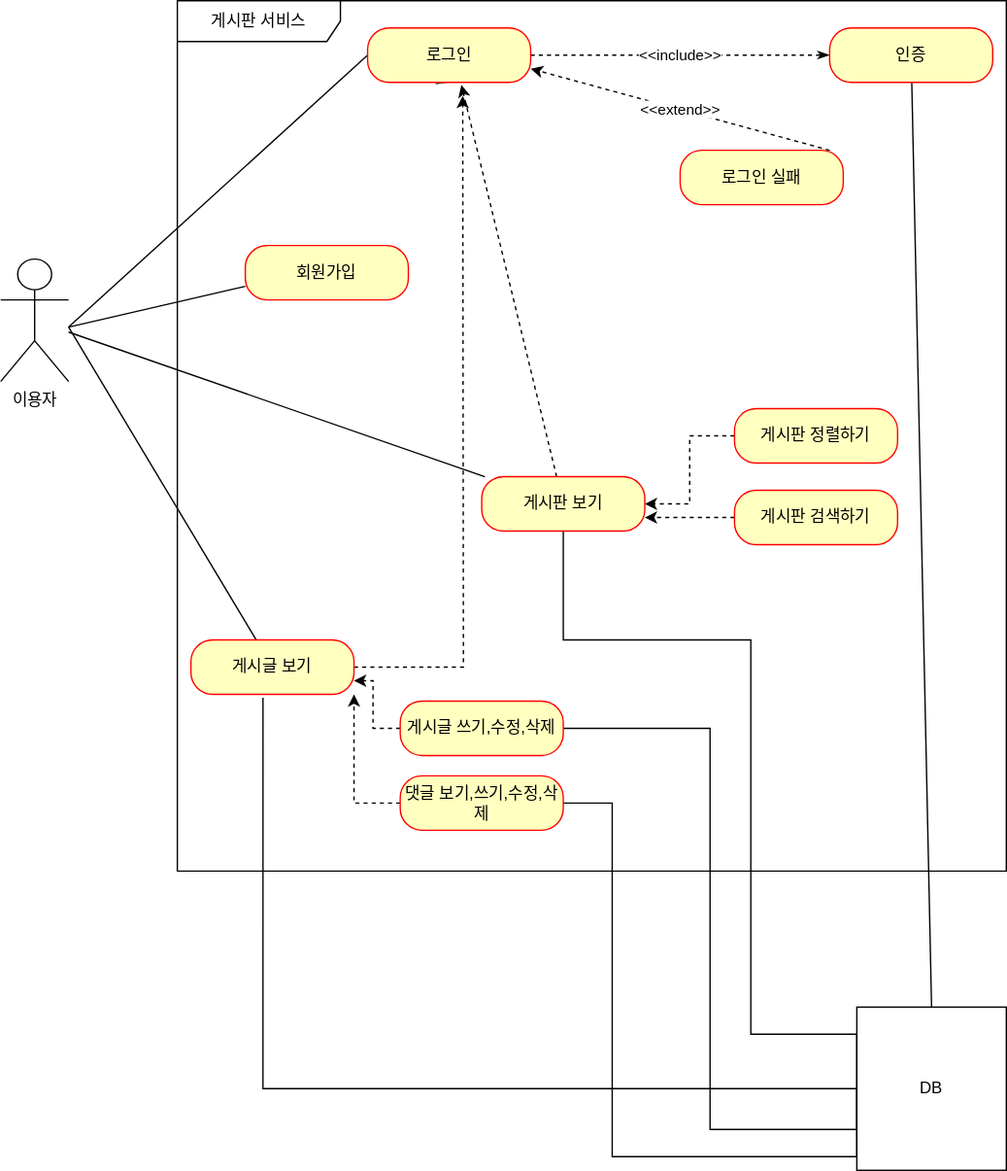
This is document/use-case.svg from fxzz/project-board, a draw.io export, as it was before one commit. Source tidied: cells renumbered, new cells last; positions are measured from the earlier drawing's top-left corner, leaving out a move shared by most shapes.
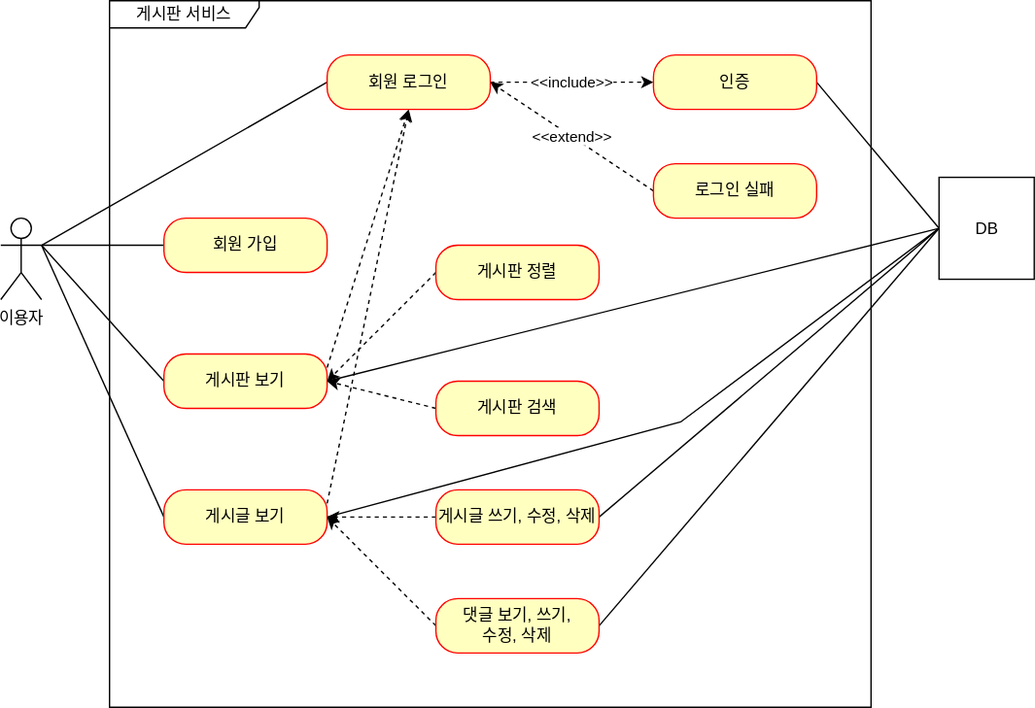
Later version of the same file.

What changed in the source:
```diff
@@ -3,133 +3,108 @@
     <mxCell id="0" />
     <mxCell id="1" parent="0" />
     <mxCell id="2" value="이용자" style="shape=umlActor;verticalLabelPosition=bottom;verticalAlign=top;html=1;" parent="1" vertex="1">
-      <mxGeometry y="190" width="50" height="90" as="geometry" />
+      <mxGeometry x="-20" y="230" width="30" height="60" as="geometry" />
     </mxCell>
-    <mxCell id="3" value="게시판 서비스" style="shape=umlFrame;whiteSpace=wrap;html=1;width=120;height=30;" parent="1" vertex="1">
-      <mxGeometry x="130" width="610" height="640" as="geometry" />
+    <mxCell id="3" value="게시판 서비스" style="shape=umlFrame;whiteSpace=wrap;html=1;width=110;height=20;" parent="1" vertex="1">
+      <mxGeometry x="60" y="70" width="560" height="520" as="geometry" />
     </mxCell>
-    <mxCell id="4" style="rounded=0;jettySize=auto;html=1;endArrow=none;endFill=0;exitX=0;exitY=0.75;exitDx=0;exitDy=0;" parent="1" edge="1" source="5">
-      <mxGeometry relative="1" as="geometry">
-        <mxPoint x="50" y="240" as="targetPoint" />
-      </mxGeometry>
-    </mxCell>
-    <mxCell id="5" value="회원가입" style="rounded=1;whiteSpace=wrap;html=1;arcSize=40;fontColor=#000000;fillColor=#ffffc0;strokeColor=#ff0000;" parent="1" vertex="1">
-      <mxGeometry x="180" y="180" width="120" height="40" as="geometry" />
-    </mxCell>
+    <mxCell id="34" style="rounded=0;jettySize=auto;html=1;exitX=0;exitY=0.5;exitDx=0;exitDy=0;entryX=1;entryY=0.3333333333333333;entryDx=0;entryDy=0;entryPerimeter=0;endArrow=none;endFill=0;" parent="1" edge="1" source="35" target="2">
+      <mxGeometry relative="1" as="geometry" />
+    </mxCell>
+    <mxCell id="35" value="회원 가입" style="rounded=1;whiteSpace=wrap;html=1;arcSize=40;fontColor=#000000;fillColor=#ffffc0;strokeColor=#ff0000;" parent="1" vertex="1">
+      <mxGeometry x="100" y="230" width="120" height="40" as="geometry" />
+    </mxCell>
-    <mxCell id="6" style="rounded=0;jettySize=auto;html=1;endArrow=none;endFill=0;" parent="1" edge="1" source="9" target="2">
+    <mxCell id="6" style="edgeStyle=none;rounded=0;jettySize=auto;html=1;exitX=0;exitY=0.5;exitDx=0;exitDy=0;entryX=1;entryY=0.3333333333333333;entryDx=0;entryDy=0;entryPerimeter=0;endArrow=none;endFill=0;" parent="1" edge="1" source="9" target="2">
       <mxGeometry relative="1" as="geometry" />
     </mxCell>
-    <mxCell id="7" style="rounded=0;jettySize=auto;html=1;entryX=0.575;entryY=1.05;entryDx=0;entryDy=0;entryPerimeter=0;dashed=1;" parent="1" edge="1" source="9" target="31">
-      <mxGeometry relative="1" as="geometry" />
-    </mxCell>
+    <mxCell id="36" style="edgeStyle=none;rounded=0;jettySize=auto;html=1;exitX=1;exitY=0.25;exitDx=0;exitDy=0;entryX=0.5;entryY=1;entryDx=0;entryDy=0;dashed=1;endArrow=classic;endFill=1;" parent="1" edge="1" source="9" target="41">
+      <mxGeometry relative="1" as="geometry" />
+    </mxCell>
-    <mxCell id="8" style="edgeStyle=orthogonalEdgeStyle;rounded=0;jettySize=auto;html=1;entryX=0;entryY=0.5;entryDx=0;entryDy=0;endArrow=none;endFill=0;" parent="1" edge="1" source="9" target="33">
-      <mxGeometry relative="1" as="geometry">
-        <Array as="points">
-          <mxPoint x="414" y="470" />
-          <mxPoint x="552" y="470" />
-          <mxPoint x="552" y="760" />
-          <mxPoint x="630" y="760" />
-        </Array>
-      </mxGeometry>
+    <mxCell id="8" style="edgeStyle=none;rounded=0;jettySize=auto;html=1;exitX=1;exitY=0.5;exitDx=0;exitDy=0;entryX=0;entryY=0.5;entryDx=0;entryDy=0;endArrow=none;endFill=0;" parent="1" edge="1" source="9" target="33">
+      <mxGeometry relative="1" as="geometry" />
     </mxCell>
     <mxCell id="9" value="게시판 보기" style="rounded=1;whiteSpace=wrap;html=1;arcSize=40;fontColor=#000000;fillColor=#ffffc0;strokeColor=#ff0000;" parent="1" vertex="1">
-      <mxGeometry x="354" y="350" width="120" height="40" as="geometry" />
+      <mxGeometry x="100" y="330" width="120" height="40" as="geometry" />
     </mxCell>
-    <mxCell id="10" style="rounded=0;jettySize=auto;html=1;endArrow=none;endFill=0;" parent="1" edge="1" source="12">
-      <mxGeometry relative="1" as="geometry">
-        <mxPoint x="50" y="240" as="targetPoint" />
-      </mxGeometry>
-    </mxCell>
-    <mxCell id="11" style="edgeStyle=orthogonalEdgeStyle;rounded=0;jettySize=auto;html=1;dashed=1;" parent="1" edge="1" source="12">
-      <mxGeometry relative="1" as="geometry">
-        <mxPoint x="340" y="70" as="targetPoint" />
-      </mxGeometry>
-    </mxCell>
+    <mxCell id="37" style="edgeStyle=none;rounded=0;jettySize=auto;html=1;exitX=0;exitY=0.5;exitDx=0;exitDy=0;endArrow=none;endFill=0;" parent="1" edge="1" source="12">
+      <mxGeometry relative="1" as="geometry">
+        <mxPoint x="10" y="250" as="targetPoint" />
+      </mxGeometry>
+    </mxCell>
+    <mxCell id="38" style="edgeStyle=none;rounded=0;jettySize=auto;html=1;exitX=1;exitY=0.25;exitDx=0;exitDy=0;dashed=1;endArrow=classic;endFill=1;" parent="1" edge="1" source="12">
+      <mxGeometry relative="1" as="geometry">
+        <mxPoint x="280" y="150" as="targetPoint" />
+      </mxGeometry>
+    </mxCell>
+    <mxCell id="39" style="edgeStyle=none;rounded=0;jettySize=auto;html=1;exitX=1;exitY=0.5;exitDx=0;exitDy=0;entryX=0;entryY=0.5;entryDx=0;entryDy=0;endArrow=none;endFill=0;" parent="1" edge="1" source="12" target="33">
+      <mxGeometry relative="1" as="geometry">
+        <Array as="points">
+          <mxPoint x="480" y="380" />
+        </Array>
+      </mxGeometry>
+    </mxCell>
     <mxCell id="12" value="게시글 보기" style="rounded=1;whiteSpace=wrap;html=1;arcSize=40;fontColor=#000000;fillColor=#ffffc0;strokeColor=#ff0000;" parent="1" vertex="1">
-      <mxGeometry x="140" y="470" width="120" height="40" as="geometry" />
+      <mxGeometry x="100" y="430" width="120" height="40" as="geometry" />
     </mxCell>
-    <mxCell id="13" style="rounded=0;jettySize=auto;html=1;endArrow=none;endFill=0;exitX=0;exitY=0.5;exitDx=0;exitDy=0;" parent="1" edge="1" source="31">
-      <mxGeometry relative="1" as="geometry">
-        <mxPoint x="50" y="240" as="targetPoint" />
-      </mxGeometry>
-    </mxCell>
+    <mxCell id="40" style="edgeStyle=none;rounded=0;jettySize=auto;html=1;exitX=0;exitY=0.5;exitDx=0;exitDy=0;endArrow=none;endFill=0;" parent="1" edge="1" source="41">
+      <mxGeometry relative="1" as="geometry">
+        <mxPoint x="10" y="250" as="targetPoint" />
+      </mxGeometry>
+    </mxCell>
-    <mxCell id="14" value="&amp;lt;&amp;lt;include&amp;gt;&amp;gt;" style="edgeStyle=orthogonalEdgeStyle;rounded=0;jettySize=auto;html=1;endArrow=classicThin;endFill=1;dashed=1;" parent="1" edge="1" source="31" target="16">
+    <mxCell id="14" value="&amp;lt;&amp;lt;include&amp;gt;&amp;gt;" style="edgeStyle=none;rounded=0;jettySize=auto;html=1;exitX=1;exitY=0.5;exitDx=0;exitDy=0;entryX=0;entryY=0.5;entryDx=0;entryDy=0;endArrow=classic;endFill=1;dashed=1;" parent="1" edge="1" source="41" target="16">
       <mxGeometry relative="1" as="geometry" />
     </mxCell>
+    <mxCell id="41" value="회원 로그인" style="rounded=1;whiteSpace=wrap;html=1;arcSize=40;fontColor=#000000;fillColor=#ffffc0;strokeColor=#ff0000;" parent="1" vertex="1">
+      <mxGeometry x="220" y="110" width="120" height="40" as="geometry" />
+    </mxCell>
-    <mxCell id="15" style="rounded=0;jettySize=auto;html=1;entryX=0.5;entryY=0;entryDx=0;entryDy=0;endArrow=none;endFill=0;" parent="1" edge="1" source="16" target="33">
+    <mxCell id="15" style="edgeStyle=none;rounded=0;jettySize=auto;html=1;exitX=1;exitY=0.5;exitDx=0;exitDy=0;entryX=0;entryY=0.5;entryDx=0;entryDy=0;endArrow=none;endFill=0;" parent="1" edge="1" source="16" target="33">
       <mxGeometry relative="1" as="geometry" />
     </mxCell>
     <mxCell id="16" value="인증" style="rounded=1;whiteSpace=wrap;html=1;arcSize=40;fontColor=#000000;fillColor=#ffffc0;strokeColor=#ff0000;" parent="1" vertex="1">
-      <mxGeometry x="610" y="20" width="120" height="40" as="geometry" />
+      <mxGeometry x="460" y="110" width="120" height="40" as="geometry" />
     </mxCell>
-    <mxCell id="17" style="rounded=0;jettySize=auto;html=1;exitX=0;exitY=0.5;exitDx=0;exitDy=0;dashed=1;" parent="1" edge="1" source="31">
-      <mxGeometry relative="1" as="geometry">
-        <mxPoint x="330" y="60" as="targetPoint" />
-      </mxGeometry>
-    </mxCell>
-    <mxCell id="18" value="&amp;lt;&amp;lt;extend&amp;gt;&amp;gt;" style="edgeLabel;html=1;align=center;verticalAlign=middle;" parent="17" vertex="1">
-      <mxGeometry x="0.01" y="-1" relative="1" as="geometry" />
-    </mxCell>
+    <mxCell id="42" value="&amp;lt;&amp;lt;extend&amp;gt;&amp;gt;" style="edgeStyle=none;rounded=0;jettySize=auto;html=1;exitX=0;exitY=0.5;exitDx=0;exitDy=0;entryX=1;entryY=0.5;entryDx=0;entryDy=0;endArrow=classic;endFill=1;dashed=1;" parent="1" edge="1" source="19" target="41">
+      <mxGeometry relative="1" as="geometry" />
+    </mxCell>
     <mxCell id="19" value="로그인 실패" style="rounded=1;whiteSpace=wrap;html=1;arcSize=40;fontColor=#000000;fillColor=#ffffc0;strokeColor=#ff0000;" parent="1" vertex="1">
-      <mxGeometry x="500" y="110" width="120" height="40" as="geometry" />
+      <mxGeometry x="460" y="190" width="120" height="40" as="geometry" />
     </mxCell>
-    <mxCell id="20" style="edgeStyle=orthogonalEdgeStyle;rounded=0;jettySize=auto;html=1;entryX=1;entryY=0.5;entryDx=0;entryDy=0;dashed=1;" parent="1" edge="1" source="21" target="9">
-      <mxGeometry relative="1" as="geometry" />
-    </mxCell>
-    <mxCell id="21" value="게시판 정렬하기" style="rounded=1;whiteSpace=wrap;html=1;arcSize=40;fontColor=#000000;fillColor=#ffffc0;strokeColor=#ff0000;" parent="1" vertex="1">
-      <mxGeometry x="540" y="300" width="120" height="40" as="geometry" />
-    </mxCell>
-    <mxCell id="22" style="edgeStyle=orthogonalEdgeStyle;rounded=0;jettySize=auto;html=1;entryX=1;entryY=0.75;entryDx=0;entryDy=0;dashed=1;" parent="1" edge="1" source="23" target="9">
-      <mxGeometry relative="1" as="geometry" />
-    </mxCell>
-    <mxCell id="23" value="게시판 검색하기" style="rounded=1;whiteSpace=wrap;html=1;arcSize=40;fontColor=#000000;fillColor=#ffffc0;strokeColor=#ff0000;" parent="1" vertex="1">
-      <mxGeometry x="540" y="360" width="120" height="40" as="geometry" />
-    </mxCell>
-    <mxCell id="24" style="edgeStyle=orthogonalEdgeStyle;rounded=0;jettySize=auto;html=1;entryX=1;entryY=0.75;entryDx=0;entryDy=0;dashed=1;" parent="1" edge="1" source="26" target="12">
-      <mxGeometry relative="1" as="geometry" />
-    </mxCell>
-    <mxCell id="25" style="edgeStyle=orthogonalEdgeStyle;rounded=0;jettySize=auto;html=1;entryX=0;entryY=0.5;entryDx=0;entryDy=0;endArrow=none;endFill=0;" parent="1" edge="1" source="26" target="33">
-      <mxGeometry relative="1" as="geometry">
-        <Array as="points">
-          <mxPoint x="522" y="535" />
-          <mxPoint x="522" y="830" />
-          <mxPoint x="630" y="830" />
-        </Array>
-      </mxGeometry>
-    </mxCell>
-    <mxCell id="26" value="게시글 쓰기,수정,삭제" style="rounded=1;whiteSpace=wrap;html=1;arcSize=40;fontColor=#000000;fillColor=#ffffc0;strokeColor=#ff0000;" parent="1" vertex="1">
-      <mxGeometry x="294" y="515" width="120" height="40" as="geometry" />
-    </mxCell>
-    <mxCell id="27" style="edgeStyle=orthogonalEdgeStyle;rounded=0;jettySize=auto;html=1;entryX=1;entryY=1;entryDx=0;entryDy=0;dashed=1;" parent="1" edge="1" source="29" target="12">
-      <mxGeometry relative="1" as="geometry" />
-    </mxCell>
-    <mxCell id="28" style="edgeStyle=orthogonalEdgeStyle;rounded=0;jettySize=auto;html=1;exitX=1;exitY=0.5;exitDx=0;exitDy=0;entryX=0;entryY=0.5;entryDx=0;entryDy=0;endArrow=none;endFill=0;" parent="1" edge="1" source="29" target="33">
-      <mxGeometry relative="1" as="geometry">
-        <Array as="points">
-          <mxPoint x="450" y="590" />
-          <mxPoint x="450" y="850" />
-          <mxPoint x="630" y="850" />
-        </Array>
-      </mxGeometry>
-    </mxCell>
-    <mxCell id="29" value="댓글 보기,쓰기,수정,삭제" style="rounded=1;whiteSpace=wrap;html=1;arcSize=40;fontColor=#000000;fillColor=#ffffc0;strokeColor=#ff0000;" parent="1" vertex="1">
-      <mxGeometry x="294" y="570" width="120" height="40" as="geometry" />
-    </mxCell>
-    <mxCell id="30" value="&amp;lt;&amp;lt;extend&amp;gt;&amp;gt;" style="rounded=0;jettySize=auto;html=1;dashed=1;entryX=1;entryY=0.75;entryDx=0;entryDy=0;" parent="1" edge="1" source="19" target="31">
-      <mxGeometry relative="1" as="geometry">
-        <Array as="points">
-          <mxPoint x="610" y="110" />
-        </Array>
-      </mxGeometry>
-    </mxCell>
-    <mxCell id="31" value="로그인" style="rounded=1;whiteSpace=wrap;html=1;arcSize=40;fontColor=#000000;fillColor=#ffffc0;strokeColor=#ff0000;" parent="1" vertex="1">
-      <mxGeometry x="270" y="20" width="120" height="40" as="geometry" />
-    </mxCell>
-    <mxCell id="32" style="edgeStyle=orthogonalEdgeStyle;rounded=0;jettySize=auto;html=1;entryX=0.442;entryY=1.063;entryDx=0;entryDy=0;entryPerimeter=0;endArrow=none;endFill=0;" parent="1" edge="1" source="33" target="12">
-      <mxGeometry relative="1" as="geometry" />
-    </mxCell>
+    <mxCell id="43" style="edgeStyle=none;rounded=0;jettySize=auto;html=1;exitX=0;exitY=0.5;exitDx=0;exitDy=0;entryX=1;entryY=0.5;entryDx=0;entryDy=0;dashed=1;endArrow=classic;endFill=1;" parent="1" edge="1" source="44" target="9">
+      <mxGeometry relative="1" as="geometry" />
+    </mxCell>
+    <mxCell id="44" value="게시판 정렬" style="rounded=1;whiteSpace=wrap;html=1;arcSize=40;fontColor=#000000;fillColor=#ffffc0;strokeColor=#ff0000;" parent="1" vertex="1">
+      <mxGeometry x="300" y="250" width="120" height="40" as="geometry" />
+    </mxCell>
+    <mxCell id="45" style="edgeStyle=none;rounded=0;jettySize=auto;html=1;exitX=0;exitY=0.5;exitDx=0;exitDy=0;dashed=1;endArrow=classic;endFill=1;" parent="1" edge="1" source="46">
+      <mxGeometry relative="1" as="geometry">
+        <mxPoint x="220" y="350" as="targetPoint" />
+      </mxGeometry>
+    </mxCell>
+    <mxCell id="46" value="게시판 검색" style="rounded=1;whiteSpace=wrap;html=1;arcSize=40;fontColor=#000000;fillColor=#ffffc0;strokeColor=#ff0000;" parent="1" vertex="1">
+      <mxGeometry x="300" y="350" width="120" height="40" as="geometry" />
+    </mxCell>
+    <mxCell id="47" style="edgeStyle=none;rounded=0;jettySize=auto;html=1;exitX=0;exitY=0.5;exitDx=0;exitDy=0;entryX=1;entryY=0.5;entryDx=0;entryDy=0;dashed=1;endArrow=classic;endFill=1;" parent="1" edge="1" source="49" target="12">
+      <mxGeometry relative="1" as="geometry" />
+    </mxCell>
+    <mxCell id="48" style="edgeStyle=none;rounded=0;jettySize=auto;html=1;exitX=1;exitY=0.5;exitDx=0;exitDy=0;entryX=0;entryY=0.5;entryDx=0;entryDy=0;endArrow=none;endFill=0;" parent="1" edge="1" source="49" target="33">
+      <mxGeometry relative="1" as="geometry" />
+    </mxCell>
+    <mxCell id="49" value="게시글 쓰기, 수정, 삭제" style="rounded=1;whiteSpace=wrap;html=1;arcSize=40;fontColor=#000000;fillColor=#ffffc0;strokeColor=#ff0000;" parent="1" vertex="1">
+      <mxGeometry x="300" y="430" width="120" height="40" as="geometry" />
+    </mxCell>
+    <mxCell id="50" style="edgeStyle=none;rounded=0;jettySize=auto;html=1;exitX=0;exitY=0.5;exitDx=0;exitDy=0;dashed=1;endArrow=classic;endFill=1;" parent="1" edge="1" source="52">
+      <mxGeometry relative="1" as="geometry">
+        <mxPoint x="220" y="450" as="targetPoint" />
+      </mxGeometry>
+    </mxCell>
+    <mxCell id="51" style="edgeStyle=none;rounded=0;jettySize=auto;html=1;exitX=1;exitY=0.5;exitDx=0;exitDy=0;endArrow=none;endFill=0;entryX=0;entryY=0.5;entryDx=0;entryDy=0;" parent="1" edge="1" source="52" target="33">
+      <mxGeometry relative="1" as="geometry" />
+    </mxCell>
+    <mxCell id="52" value="댓글 보기, 쓰기,&lt;br&gt;수정, 삭제" style="rounded=1;whiteSpace=wrap;html=1;arcSize=40;fontColor=#000000;fillColor=#ffffc0;strokeColor=#ff0000;" parent="1" vertex="1">
+      <mxGeometry x="300" y="510" width="120" height="40" as="geometry" />
+    </mxCell>
-    <mxCell id="33" value="DB" style="html=1;whiteSpace=wrap;" parent="1" vertex="1">
-      <mxGeometry x="630" y="740" width="110" height="120" as="geometry" />
+    <mxCell id="33" value="DB" style="html=1;" parent="1" vertex="1">
+      <mxGeometry x="670" y="200" width="70" height="75" as="geometry" />
     </mxCell>
   </root>
 </mxGraphModel>
```
